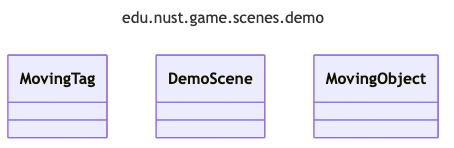
This is uml/generated/png/package_edu_nust_game_scenes_demo.png from zombie-zero-nust/zombie-zero, a Mermaid export, as it was before one commit. Its source is kept beside it as uml/generated/mmd/package_edu_nust_game_scenes_demo.mmd. Its diagram source:
```mermaid
---
title: edu.nust.game.scenes.demo
config:
  look: classic
  layout: dagre
  flowchart:
    curve: linear
  class:
    defaultRenderer: dagre-wrapper
---
classDiagram
class MovingTag
class DemoScene
class MovingObject
```
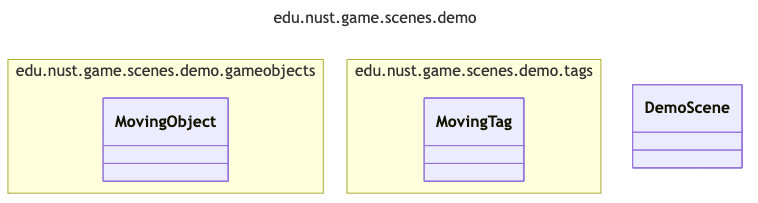
The same diagram one commit later.

What changed in the source:
```diff
@@ -2,13 +2,17 @@
 title: edu.nust.game.scenes.demo
 config:
   look: classic
-  layout: dagre
+  layout: elk
   flowchart:
     curve: linear
   class:
     defaultRenderer: dagre-wrapper
 ---
 classDiagram
-class MovingTag
-class DemoScene
-class MovingObject
+  class DemoScene
+namespace edu.nust.game.scenes.demo.gameobjects {
+  class MovingObject
+}
+namespace edu.nust.game.scenes.demo.tags {
+  class MovingTag
+}
```
